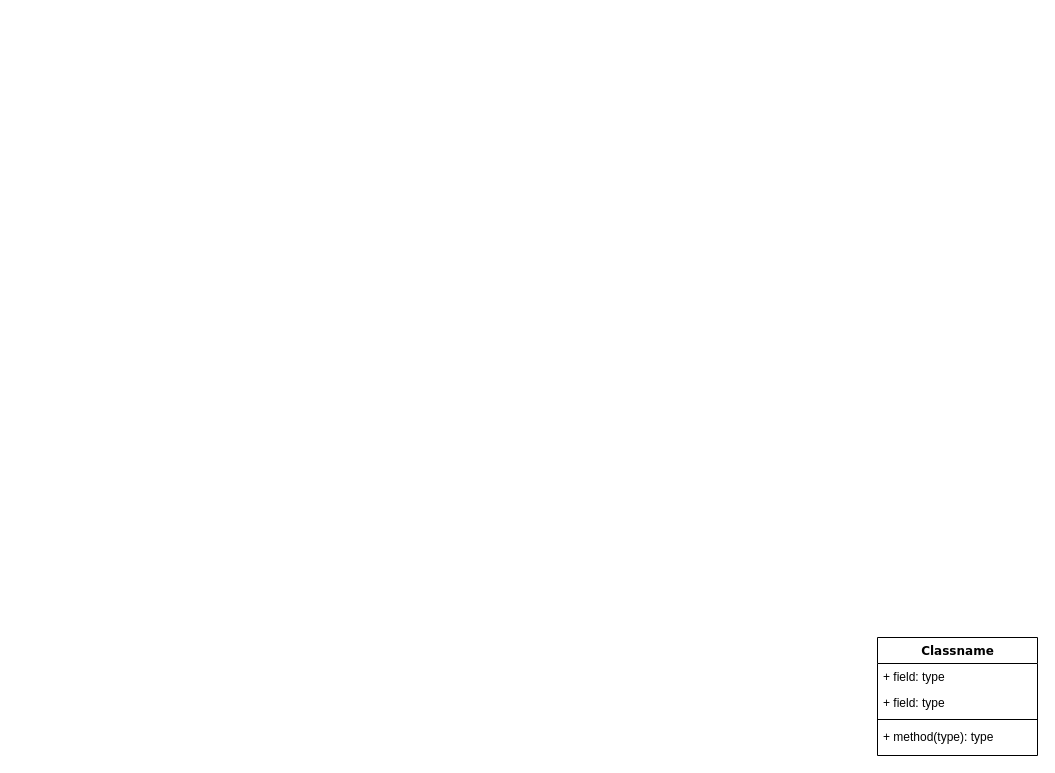
Above: Import.drawio in Lycidas0815/try_git (draw.io), before the change. Source tidied: cells renumbered, new cells numbered last; positions are measured from the earlier drawing's top-left corner, leaving out a move shared by most shapes. Both pictures are drawn from the tidied source at 100%, with x=0, y=0 at pixel (877, 637).
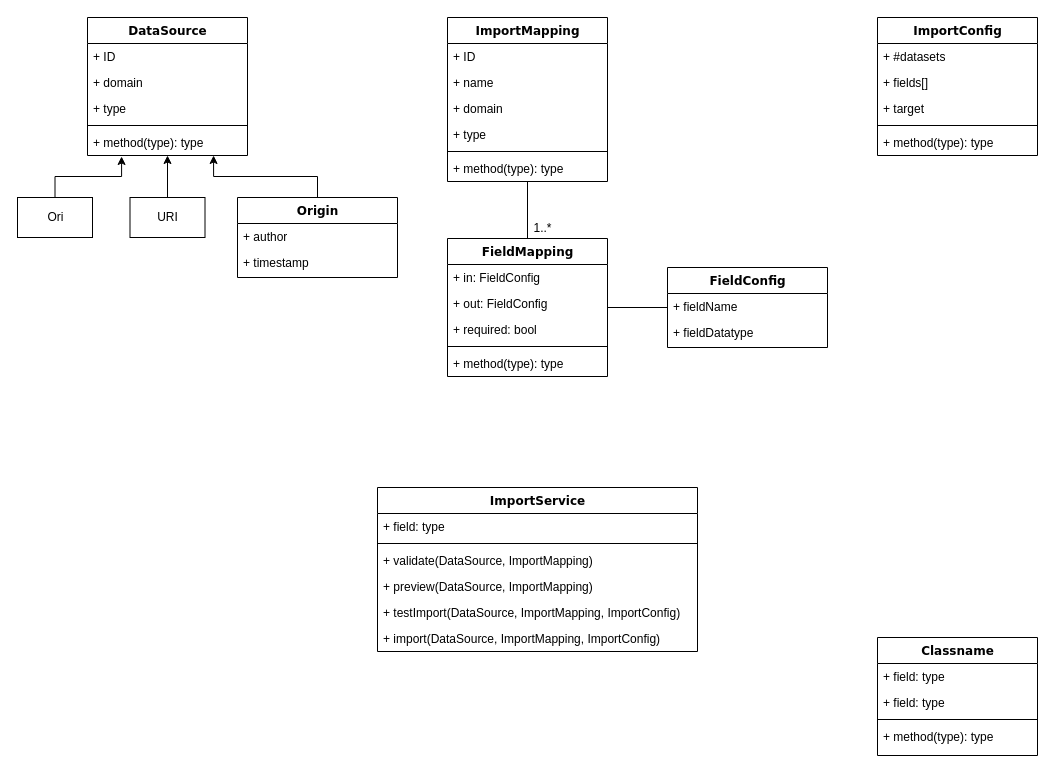
The same page after the edit.

Diff of the diagram source:
```diff
@@
+    <mxCell id="7" value="ImportConfig" style="swimlane;html=1;fontStyle=1;align=center;verticalAlign=top;horizontal=1;startSize=26;swimlaneFillColor=#ffffff;rounded=0;shadow=0;comic=0;labelBackgroundColor=none;strokeWidth=1;fillColor=none;fontFamily=Verdana;fontSize=12;" parent="1" vertex="1">
+      <mxGeometry y="-620" width="160" height="138" as="geometry" />
+    </mxCell>
+    <mxCell id="8" value="&lt;div&gt;+ #datasets&lt;/div&gt;" style="text;html=1;strokeColor=none;fillColor=none;align=left;verticalAlign=top;spacingLeft=4;spacingRight=4;whiteSpace=wrap;overflow=hidden;" parent="7" vertex="1">
+      <mxGeometry y="26" width="160" height="26" as="geometry" />
+    </mxCell>
+    <mxCell id="9" value="+ fields[]" style="text;html=1;strokeColor=none;fillColor=none;align=left;verticalAlign=top;spacingLeft=4;spacingRight=4;whiteSpace=wrap;overflow=hidden;" parent="7" vertex="1">
+      <mxGeometry y="52" width="160" height="26" as="geometry" />
+    </mxCell>
+    <mxCell id="10" value="+ target" style="text;html=1;strokeColor=none;fillColor=none;align=left;verticalAlign=top;spacingLeft=4;spacingRight=4;whiteSpace=wrap;overflow=hidden;" parent="7" vertex="1">
+      <mxGeometry y="78" width="160" height="26" as="geometry" />
+    </mxCell>
+    <mxCell id="11" style="line;html=1;strokeWidth=1;fillColor=none;align=left;verticalAlign=middle;spacingTop=-1;spacingLeft=3;spacingRight=3;labelPosition=right;" parent="7" vertex="1">
+      <mxGeometry y="104" width="160" height="8" as="geometry" />
+    </mxCell>
+    <mxCell id="12" value="+ method(type): type" style="text;html=1;strokeColor=none;fillColor=none;align=left;verticalAlign=top;spacingLeft=4;spacingRight=4;whiteSpace=wrap;overflow=hidden;" parent="7" vertex="1">
+      <mxGeometry y="112" width="160" height="26" as="geometry" />
+    </mxCell>
+    <mxCell id="13" style="group;" parent="1" vertex="1">
+      <mxGeometry x="-860" y="-620" width="380" height="260" as="geometry" />
+    </mxCell>
+    <mxCell id="14" value="&lt;div&gt;DataSource&lt;/div&gt;" style="swimlane;html=1;fontStyle=1;align=center;verticalAlign=top;horizontal=1;startSize=26;swimlaneFillColor=#ffffff;rounded=0;shadow=0;comic=0;labelBackgroundColor=none;strokeWidth=1;fillColor=none;fontFamily=Verdana;fontSize=12;" parent="13" vertex="1">
+      <mxGeometry x="70" width="160" height="138" as="geometry" />
+    </mxCell>
+    <mxCell id="15" value="+ ID" style="text;html=1;strokeColor=none;fillColor=none;align=left;verticalAlign=top;spacingLeft=4;spacingRight=4;whiteSpace=wrap;overflow=hidden;" parent="14" vertex="1">
+      <mxGeometry y="26" width="160" height="26" as="geometry" />
+    </mxCell>
+    <mxCell id="16" value="+ domain" style="text;html=1;strokeColor=none;fillColor=none;align=left;verticalAlign=top;spacingLeft=4;spacingRight=4;whiteSpace=wrap;overflow=hidden;" parent="14" vertex="1">
+      <mxGeometry y="52" width="160" height="26" as="geometry" />
+    </mxCell>
+    <mxCell id="17" value="+ type" style="text;html=1;strokeColor=none;fillColor=none;align=left;verticalAlign=top;spacingLeft=4;spacingRight=4;whiteSpace=wrap;overflow=hidden;" parent="14" vertex="1">
+      <mxGeometry y="78" width="160" height="26" as="geometry" />
+    </mxCell>
+    <mxCell id="18" style="line;html=1;strokeWidth=1;fillColor=none;align=left;verticalAlign=middle;spacingTop=-1;spacingLeft=3;spacingRight=3;labelPosition=right;" parent="14" vertex="1">
+      <mxGeometry y="104" width="160" height="8" as="geometry" />
+    </mxCell>
+    <mxCell id="19" value="+ method(type): type" style="text;html=1;strokeColor=none;fillColor=none;align=left;verticalAlign=top;spacingLeft=4;spacingRight=4;whiteSpace=wrap;overflow=hidden;points=[[0,0.5],[1,0.5]];portConstraint=eastwest;" parent="14" vertex="1">
+      <mxGeometry y="112" width="160" height="26" as="geometry" />
+    </mxCell>
+    <mxCell id="20" style="edgeStyle=orthogonalEdgeStyle;rounded=0;jettySize=auto;html=1;entryX=0.213;entryY=1.038;entryDx=0;entryDy=0;entryPerimeter=0;" parent="13" edge="1" source="21" target="19">
+      <mxGeometry relative="1" as="geometry" />
+    </mxCell>
+    <mxCell id="21" value="Ori" style="html=1;" parent="13" vertex="1">
+      <mxGeometry y="180" width="75" height="40" as="geometry" />
+    </mxCell>
+    <mxCell id="22" style="edgeStyle=orthogonalEdgeStyle;rounded=0;jettySize=auto;html=1;" parent="13" edge="1" source="23" target="14">
+      <mxGeometry relative="1" as="geometry" />
+    </mxCell>
+    <mxCell id="23" value="URI" style="html=1;" parent="13" vertex="1">
+      <mxGeometry x="112.5" y="180" width="75" height="40" as="geometry" />
+    </mxCell>
+    <mxCell id="24" style="edgeStyle=orthogonalEdgeStyle;rounded=0;jettySize=auto;html=1;entryX=0.788;entryY=1;entryDx=0;entryDy=0;entryPerimeter=0;" parent="13" edge="1" source="25" target="19">
+      <mxGeometry relative="1" as="geometry" />
+    </mxCell>
+    <mxCell id="25" value="Origin" style="swimlane;html=1;fontStyle=1;align=center;verticalAlign=top;horizontal=1;startSize=26;swimlaneFillColor=#ffffff;rounded=0;shadow=0;comic=0;labelBackgroundColor=none;strokeWidth=1;fillColor=none;fontFamily=Verdana;fontSize=12;" parent="13" vertex="1">
+      <mxGeometry x="220" y="180" width="160" height="80" as="geometry" />
+    </mxCell>
+    <mxCell id="26" value="+ author" style="text;html=1;strokeColor=none;fillColor=none;align=left;verticalAlign=top;spacingLeft=4;spacingRight=4;whiteSpace=wrap;overflow=hidden;" parent="25" vertex="1">
+      <mxGeometry y="26" width="160" height="26" as="geometry" />
+    </mxCell>
+    <mxCell id="27" value="+ timestamp" style="text;html=1;strokeColor=none;fillColor=none;align=left;verticalAlign=top;spacingLeft=4;spacingRight=4;whiteSpace=wrap;overflow=hidden;" parent="25" vertex="1">
+      <mxGeometry y="52" width="160" height="26" as="geometry" />
+    </mxCell>
+    <mxCell id="28" style="group;" parent="1" vertex="1">
+      <mxGeometry x="-430" y="-620" width="380" height="359" as="geometry" />
+    </mxCell>
+    <mxCell id="29" value="ImportMapping" style="swimlane;html=1;fontStyle=1;align=center;verticalAlign=top;horizontal=1;startSize=26;swimlaneFillColor=#ffffff;rounded=0;shadow=0;comic=0;labelBackgroundColor=none;strokeWidth=1;fillColor=none;fontFamily=Verdana;fontSize=12;" parent="28" vertex="1">
+      <mxGeometry width="160" height="164" as="geometry" />
+    </mxCell>
+    <mxCell id="30" value="+ ID" style="text;html=1;strokeColor=none;fillColor=none;align=left;verticalAlign=top;spacingLeft=4;spacingRight=4;whiteSpace=wrap;overflow=hidden;" parent="29" vertex="1">
+      <mxGeometry y="26" width="160" height="26" as="geometry" />
+    </mxCell>
+    <mxCell id="31" value="+ name" style="text;html=1;strokeColor=none;fillColor=none;align=left;verticalAlign=top;spacingLeft=4;spacingRight=4;whiteSpace=wrap;overflow=hidden;" parent="29" vertex="1">
+      <mxGeometry y="52" width="160" height="26" as="geometry" />
+    </mxCell>
+    <mxCell id="32" value="+ domain" style="text;html=1;strokeColor=none;fillColor=none;align=left;verticalAlign=top;spacingLeft=4;spacingRight=4;whiteSpace=wrap;overflow=hidden;" parent="29" vertex="1">
+      <mxGeometry y="78" width="160" height="26" as="geometry" />
+    </mxCell>
+    <mxCell id="33" value="+ type" style="text;html=1;strokeColor=none;fillColor=none;align=left;verticalAlign=top;spacingLeft=4;spacingRight=4;whiteSpace=wrap;overflow=hidden;" parent="29" vertex="1">
+      <mxGeometry y="104" width="160" height="26" as="geometry" />
+    </mxCell>
+    <mxCell id="34" style="line;html=1;strokeWidth=1;fillColor=none;align=left;verticalAlign=middle;spacingTop=-1;spacingLeft=3;spacingRight=3;labelPosition=right;" parent="29" vertex="1">
+      <mxGeometry y="130" width="160" height="8" as="geometry" />
+    </mxCell>
+    <mxCell id="35" value="+ method(type): type" style="text;html=1;strokeColor=none;fillColor=none;align=left;verticalAlign=top;spacingLeft=4;spacingRight=4;whiteSpace=wrap;overflow=hidden;" parent="29" vertex="1">
+      <mxGeometry y="138" width="160" height="26" as="geometry" />
+    </mxCell>
+    <mxCell id="36" style="edgeStyle=orthogonalEdgeStyle;rounded=0;jettySize=auto;html=1;endArrow=none;endFill=0;" parent="28" edge="1" source="37" target="29">
+      <mxGeometry relative="1" as="geometry" />
+    </mxCell>
+    <mxCell id="37" value="FieldMapping" style="swimlane;html=1;fontStyle=1;align=center;verticalAlign=top;horizontal=1;startSize=26;swimlaneFillColor=#ffffff;rounded=0;shadow=0;comic=0;labelBackgroundColor=none;strokeWidth=1;fillColor=none;fontFamily=Verdana;fontSize=12;" parent="28" vertex="1">
+      <mxGeometry y="221" width="160" height="138" as="geometry" />
+    </mxCell>
+    <mxCell id="38" value="+ in: FieldConfig" style="text;html=1;strokeColor=none;fillColor=none;align=left;verticalAlign=top;spacingLeft=4;spacingRight=4;whiteSpace=wrap;overflow=hidden;" parent="37" vertex="1">
+      <mxGeometry y="26" width="160" height="26" as="geometry" />
+    </mxCell>
+    <mxCell id="39" value="+ out: FieldConfig" style="text;html=1;strokeColor=none;fillColor=none;align=left;verticalAlign=top;spacingLeft=4;spacingRight=4;whiteSpace=wrap;overflow=hidden;" parent="37" vertex="1">
+      <mxGeometry y="52" width="160" height="26" as="geometry" />
+    </mxCell>
+    <mxCell id="40" value="+ required: bool" style="text;html=1;strokeColor=none;fillColor=none;align=left;verticalAlign=top;spacingLeft=4;spacingRight=4;whiteSpace=wrap;overflow=hidden;" parent="37" vertex="1">
+      <mxGeometry y="78" width="160" height="26" as="geometry" />
+    </mxCell>
+    <mxCell id="41" style="line;html=1;strokeWidth=1;fillColor=none;align=left;verticalAlign=middle;spacingTop=-1;spacingLeft=3;spacingRight=3;labelPosition=right;" parent="37" vertex="1">
+      <mxGeometry y="104" width="160" height="8" as="geometry" />
+    </mxCell>
+    <mxCell id="42" value="+ method(type): type" style="text;html=1;strokeColor=none;fillColor=none;align=left;verticalAlign=top;spacingLeft=4;spacingRight=4;whiteSpace=wrap;overflow=hidden;" parent="37" vertex="1">
+      <mxGeometry y="112" width="160" height="26" as="geometry" />
+    </mxCell>
+    <mxCell id="43" value="FieldConfig" style="swimlane;html=1;fontStyle=1;align=center;verticalAlign=top;horizontal=1;startSize=26;swimlaneFillColor=#ffffff;rounded=0;shadow=0;comic=0;labelBackgroundColor=none;strokeWidth=1;fillColor=none;fontFamily=Verdana;fontSize=12;" parent="28" vertex="1">
+      <mxGeometry x="220" y="250" width="160" height="80" as="geometry" />
+    </mxCell>
+    <mxCell id="44" value="+ fieldName" style="text;html=1;strokeColor=none;fillColor=none;align=left;verticalAlign=top;spacingLeft=4;spacingRight=4;whiteSpace=wrap;overflow=hidden;" parent="43" vertex="1">
+      <mxGeometry y="26" width="160" height="26" as="geometry" />
+    </mxCell>
+    <mxCell id="45" value="+ fieldDatatype" style="text;html=1;strokeColor=none;fillColor=none;align=left;verticalAlign=top;spacingLeft=4;spacingRight=4;whiteSpace=wrap;overflow=hidden;" parent="43" vertex="1">
+      <mxGeometry y="52" width="160" height="26" as="geometry" />
+    </mxCell>
+    <mxCell id="46" style="edgeStyle=orthogonalEdgeStyle;rounded=0;jettySize=auto;html=1;endArrow=none;endFill=0;" parent="28" edge="1" source="37" target="43">
+      <mxGeometry relative="1" as="geometry" />
+    </mxCell>
+    <mxCell id="47" value="1..*" style="text;html=1;align=center;verticalAlign=middle;" parent="28" vertex="1">
+      <mxGeometry x="80" y="201" width="30" height="20" as="geometry" />
+    </mxCell>
+    <mxCell id="48" value="ImportService" style="swimlane;html=1;fontStyle=1;align=center;verticalAlign=top;horizontal=1;startSize=26;swimlaneFillColor=#ffffff;rounded=0;shadow=0;comic=0;labelBackgroundColor=none;strokeWidth=1;fillColor=none;fontFamily=Verdana;fontSize=12;" parent="1" vertex="1">
+      <mxGeometry x="-500" y="-150" width="320" height="164" as="geometry" />
+    </mxCell>
+    <mxCell id="49" value="+ field: type" style="text;html=1;strokeColor=none;fillColor=none;align=left;verticalAlign=top;spacingLeft=4;spacingRight=4;whiteSpace=wrap;overflow=hidden;" parent="48" vertex="1">
+      <mxGeometry y="26" width="320" height="26" as="geometry" />
+    </mxCell>
+    <mxCell id="50" style="line;html=1;strokeWidth=1;fillColor=none;align=left;verticalAlign=middle;spacingTop=-1;spacingLeft=3;spacingRight=3;labelPosition=right;" parent="48" vertex="1">
+      <mxGeometry y="52" width="320" height="8" as="geometry" />
+    </mxCell>
+    <mxCell id="51" value="+ validate(DataSource, ImportMapping)" style="text;html=1;strokeColor=none;fillColor=none;align=left;verticalAlign=top;spacingLeft=4;spacingRight=4;whiteSpace=wrap;overflow=hidden;" parent="48" vertex="1">
+      <mxGeometry y="60" width="320" height="26" as="geometry" />
+    </mxCell>
+    <mxCell id="52" value="+ preview(DataSource, ImportMapping)" style="text;html=1;strokeColor=none;fillColor=none;align=left;verticalAlign=top;spacingLeft=4;spacingRight=4;whiteSpace=wrap;overflow=hidden;" parent="48" vertex="1">
+      <mxGeometry y="86" width="320" height="26" as="geometry" />
+    </mxCell>
+    <mxCell id="53" value="+ testImport(DataSource, ImportMapping, ImportConfig)" style="text;html=1;strokeColor=none;fillColor=none;align=left;verticalAlign=top;spacingLeft=4;spacingRight=4;whiteSpace=wrap;overflow=hidden;" parent="48" vertex="1">
+      <mxGeometry y="112" width="320" height="26" as="geometry" />
+    </mxCell>
+    <mxCell id="54" value="+ import(DataSource, ImportMapping, ImportConfig)" style="text;html=1;strokeColor=none;fillColor=none;align=left;verticalAlign=top;spacingLeft=4;spacingRight=4;whiteSpace=wrap;overflow=hidden;" parent="48" vertex="1">
+      <mxGeometry y="138" width="320" height="26" as="geometry" />
+    </mxCell>
```
